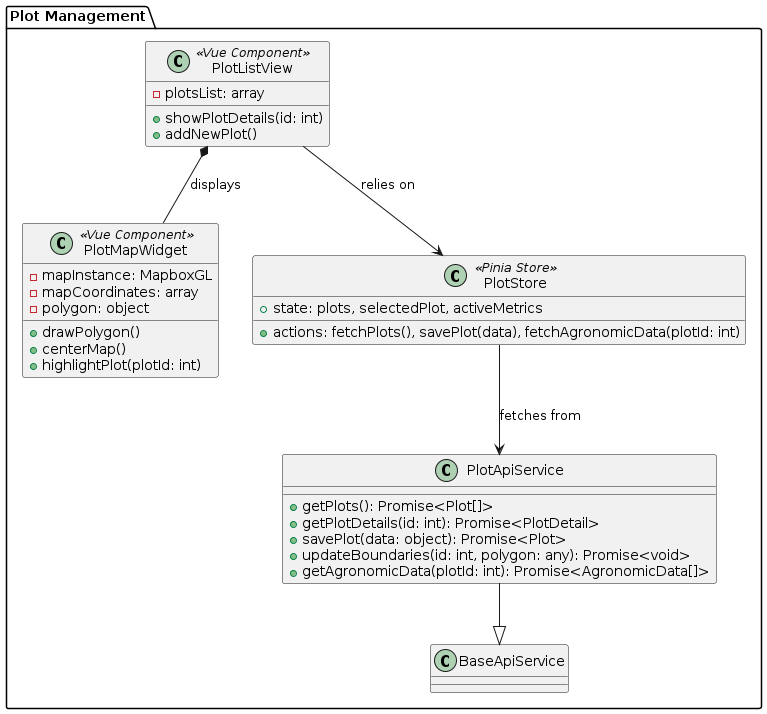
The PlantUML diagram report/assets/class-diagrams/plot-management-ui-component-diagram.png in upc-pre-1asi0730-2610-10215-arcadiadevs/viora-report, before a commit. Source of this version:
```plantuml
@startuml
package "Plot Management" {
    class PlotListView <<Vue Component>> {
        - plotsList: array
        + showPlotDetails(id: int)
        + addNewPlot()
    }

    class PlotMapWidget <<Vue Component>> {
        - mapInstance: MapboxGL
        - mapCoordinates: array
        - polygon: object
        + drawPolygon()
        + centerMap()
        + highlightPlot(plotId: int)
    }

    class PlotStore <<Pinia Store>> {
        + state: plots, selectedPlot, activeMetrics
        + actions: fetchPlots(), savePlot(data), fetchAgronomicData(plotId: int)
    }

    class PlotApiService {
        + getPlots(): Promise<Plot[]>
        + getPlotDetails(id: int): Promise<PlotDetail>
        + savePlot(data: object): Promise<Plot>
        + updateBoundaries(id: int, polygon: any): Promise<void>
        + getAgronomicData(plotId: int): Promise<AgronomicData[]>
    }

    PlotApiService --|> BaseApiService
    PlotListView *-- PlotMapWidget : displays
    PlotListView --> PlotStore : relies on
    PlotStore --> PlotApiService : fetches from
}
@enduml
```
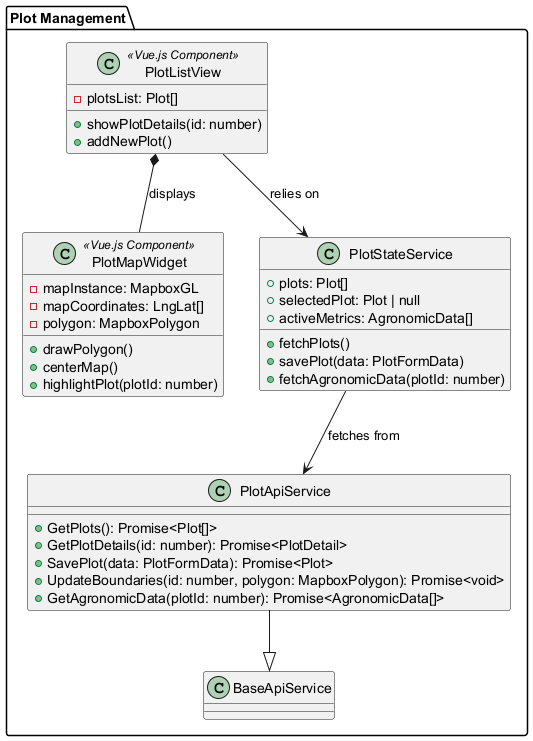
Above is the later version.

What changed in the source:
```diff
@@ -1,36 +1,40 @@
 @startuml
 package "Plot Management" {
-    class PlotListView <<Vue Component>> {
-        - plotsList: array
-        + showPlotDetails(id: int)
+    class PlotListView <<Vue.js Component>> {
+        - plotsList: Plot[]
+        + showPlotDetails(id: number)
         + addNewPlot()
     }
 
-    class PlotMapWidget <<Vue Component>> {
+    class PlotMapWidget <<Vue.js Component>> {
         - mapInstance: MapboxGL
-        - mapCoordinates: array
-        - polygon: object
+        - mapCoordinates: LngLat[]
+        - polygon: MapboxPolygon
         + drawPolygon()
         + centerMap()
-        + highlightPlot(plotId: int)
+        + highlightPlot(plotId: number)
     }
 
-    class PlotStore <<Pinia Store>> {
-        + state: plots, selectedPlot, activeMetrics
-        + actions: fetchPlots(), savePlot(data), fetchAgronomicData(plotId: int)
+    class PlotStateService {
+        + plots: Plot[]
+        + selectedPlot: Plot | null
+        + activeMetrics: AgronomicData[]
+        + fetchPlots()
+        + savePlot(data: PlotFormData)
+        + fetchAgronomicData(plotId: number)
     }
 
     class PlotApiService {
-        + getPlots(): Promise<Plot[]>
-        + getPlotDetails(id: int): Promise<PlotDetail>
-        + savePlot(data: object): Promise<Plot>
-        + updateBoundaries(id: int, polygon: any): Promise<void>
-        + getAgronomicData(plotId: int): Promise<AgronomicData[]>
+        + GetPlots(): Promise<Plot[]>
+        + GetPlotDetails(id: number): Promise<PlotDetail>
+        + SavePlot(data: PlotFormData): Promise<Plot>
+        + UpdateBoundaries(id: number, polygon: MapboxPolygon): Promise<void>
+        + GetAgronomicData(plotId: number): Promise<AgronomicData[]>
     }
 
     PlotApiService --|> BaseApiService
     PlotListView *-- PlotMapWidget : displays
-    PlotListView --> PlotStore : relies on
-    PlotStore --> PlotApiService : fetches from
+    PlotListView --> PlotStateService : relies on
+    PlotStateService --> PlotApiService : fetches from
 }
 @enduml
```
